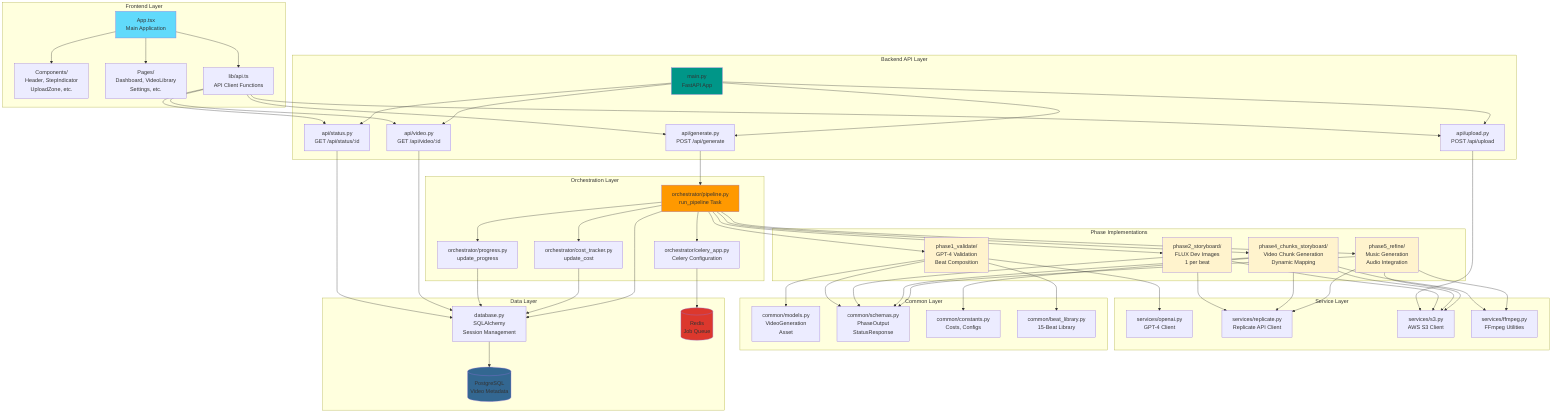
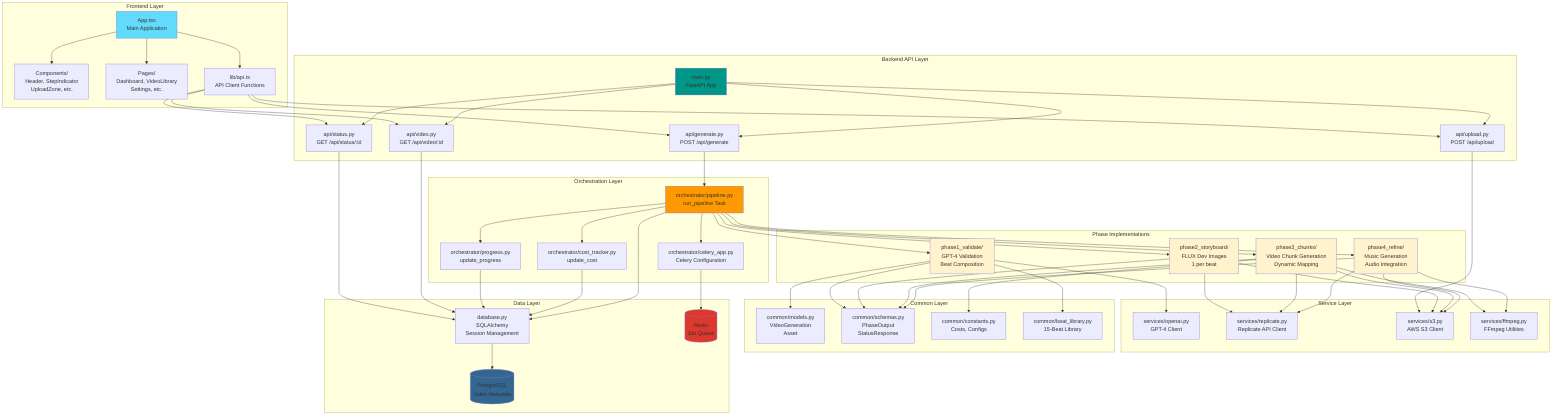
graph TB
    subgraph "Frontend Layer"
        App[App.tsx<br/>Main Application]
        Components[Components/<br/>Header, StepIndicator<br/>UploadZone, etc.]
        Pages[Pages/<br/>Dashboard, VideoLibrary<br/>Settings, etc.]
        API_Client[lib/api.ts<br/>API Client Functions]
    end

    subgraph "Backend API Layer"
        Main[main.py<br/>FastAPI App]
        Generate[api/generate.py<br/>POST /api/generate]
        Status[api/status.py<br/>GET /api/status/:id]
        Video[api/video.py<br/>GET /api/video/:id]
        Upload[api/upload.py<br/>POST /api/upload]
    end

    subgraph "Orchestration Layer"
        Pipeline[orchestrator/pipeline.py<br/>run_pipeline Task]
        Progress[orchestrator/progress.py<br/>update_progress]
        Cost[orchestrator/cost_tracker.py<br/>update_cost]
        Celery[orchestrator/celery_app.py<br/>Celery Configuration]
    end

    subgraph "Phase Implementations"
        P1[phase1_validate/<br/>GPT-4 Validation<br/>Beat Composition]
        P2[phase2_storyboard/<br/>FLUX Dev Images<br/>1 per beat]
-         P4[phase4_chunks_storyboard/<br/>Video Chunk Generation<br/>Dynamic Mapping]
-         P5[phase5_refine/<br/>Music Generation<br/>Audio Integration]
+         P4[phase3_chunks/<br/>Video Chunk Generation<br/>Dynamic Mapping]
+         P5[phase4_refine/<br/>Music Generation<br/>Audio Integration]
    end

    subgraph "Service Layer"
        OpenAI_Service[services/openai.py<br/>GPT-4 Client]
        Replicate_Service[services/replicate.py<br/>Replicate API Client]
        S3_Service[services/s3.py<br/>AWS S3 Client]
        FFmpeg_Service[services/ffmpeg.py<br/>FFmpeg Utilities]
    end

    subgraph "Common Layer"
        Models[common/models.py<br/>VideoGeneration<br/>Asset]
        Schemas[common/schemas.py<br/>PhaseOutput<br/>StatusResponse]
        Constants[common/constants.py<br/>Costs, Configs]
        BeatLibrary[common/beat_library.py<br/>15-Beat Library]
    end

    subgraph "Data Layer"
        Database[database.py<br/>SQLAlchemy<br/>Session Management]
        PostgreSQL[(PostgreSQL<br/>Video Metadata)]
        Redis[(Redis<br/>Job Queue)]
    end

    App --> Components
    App --> Pages
    App --> API_Client
    API_Client --> Generate
    API_Client --> Status
    API_Client --> Video
    API_Client --> Upload

    Generate --> Pipeline
    Status --> Database
    Video --> Database
    Upload --> S3_Service

    Main --> Generate
    Main --> Status
    Main --> Video
    Main --> Upload

    Pipeline --> Celery
    Pipeline --> P1
    Pipeline --> P2
    Pipeline --> P4
    Pipeline --> P5
    Pipeline --> Progress
    Pipeline --> Cost

    P1 --> OpenAI_Service
    P1 --> Models
    P1 --> BeatLibrary
    P1 --> Schemas

    P2 --> Replicate_Service
    P2 --> S3_Service
    P2 --> Schemas

    P4 --> Replicate_Service
    P4 --> S3_Service
    P4 --> FFmpeg_Service
    P4 --> Constants
    P4 --> Schemas

    P5 --> Replicate_Service
    P5 --> S3_Service
    P5 --> FFmpeg_Service
    P5 --> Schemas

    Progress --> Database
    Cost --> Database
    Pipeline --> Database

    Database --> PostgreSQL
    Celery --> Redis

    style App fill:#61dafb
    style Main fill:#009688
    style Pipeline fill:#ff9900
    style P1 fill:#fff3cd
    style P2 fill:#fff3cd
    style P4 fill:#fff3cd
    style P5 fill:#fff3cd
    style PostgreSQL fill:#336791
    style Redis fill:#dc382d

